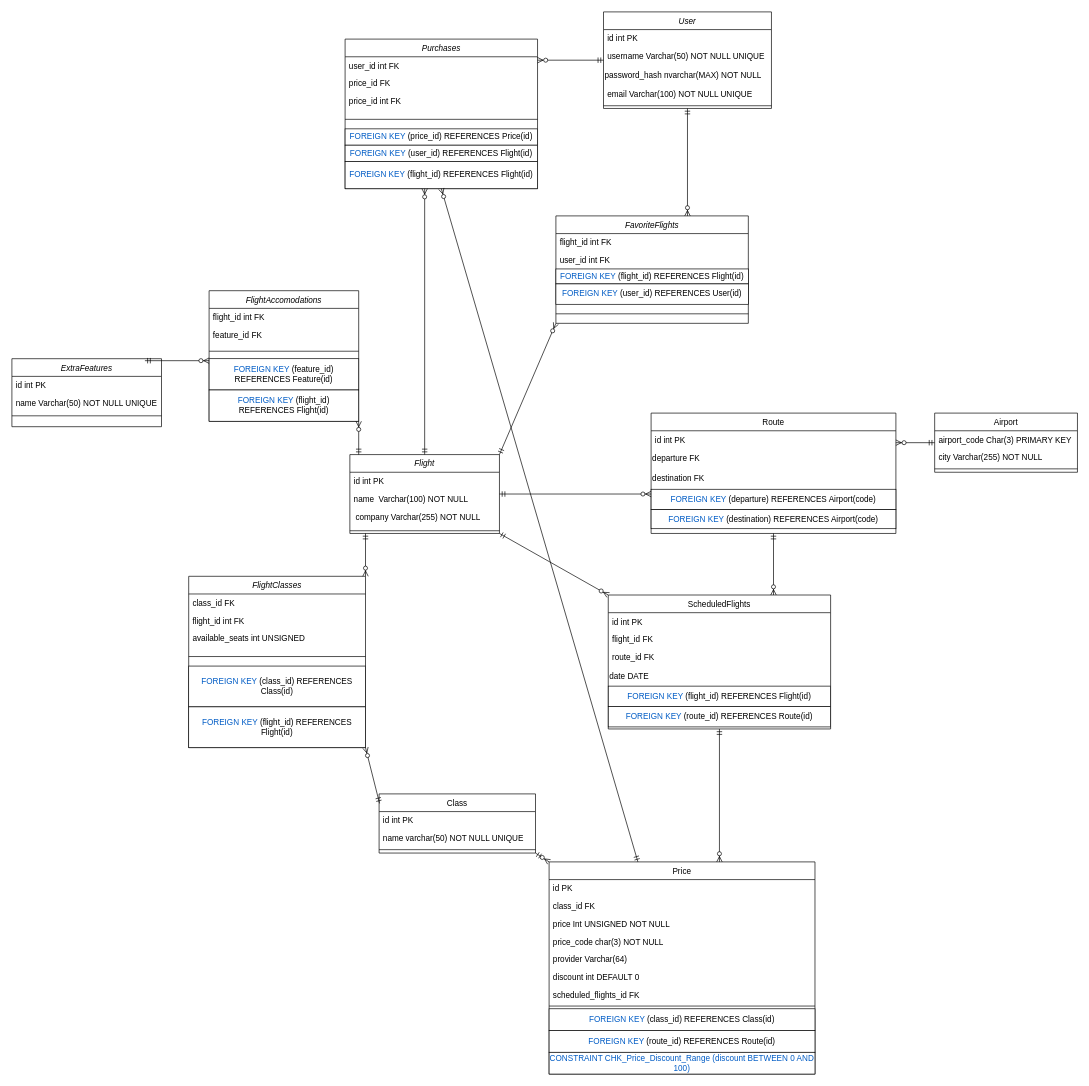
Osterie/IDATA2301_IDATA2306_GROUP_7 keeps this draw.io diagram as backend-Idata2306/Resources/database_flights.drawio. Above is the earlier version. Source tidied: cells renumbered, new cells numbered last; positions are measured from the earlier drawing's top-left corner, leaving out a move shared by most shapes. Both pictures are drawn from the tidied source at 68%, with x=0, y=0 at pixel (12, 12).
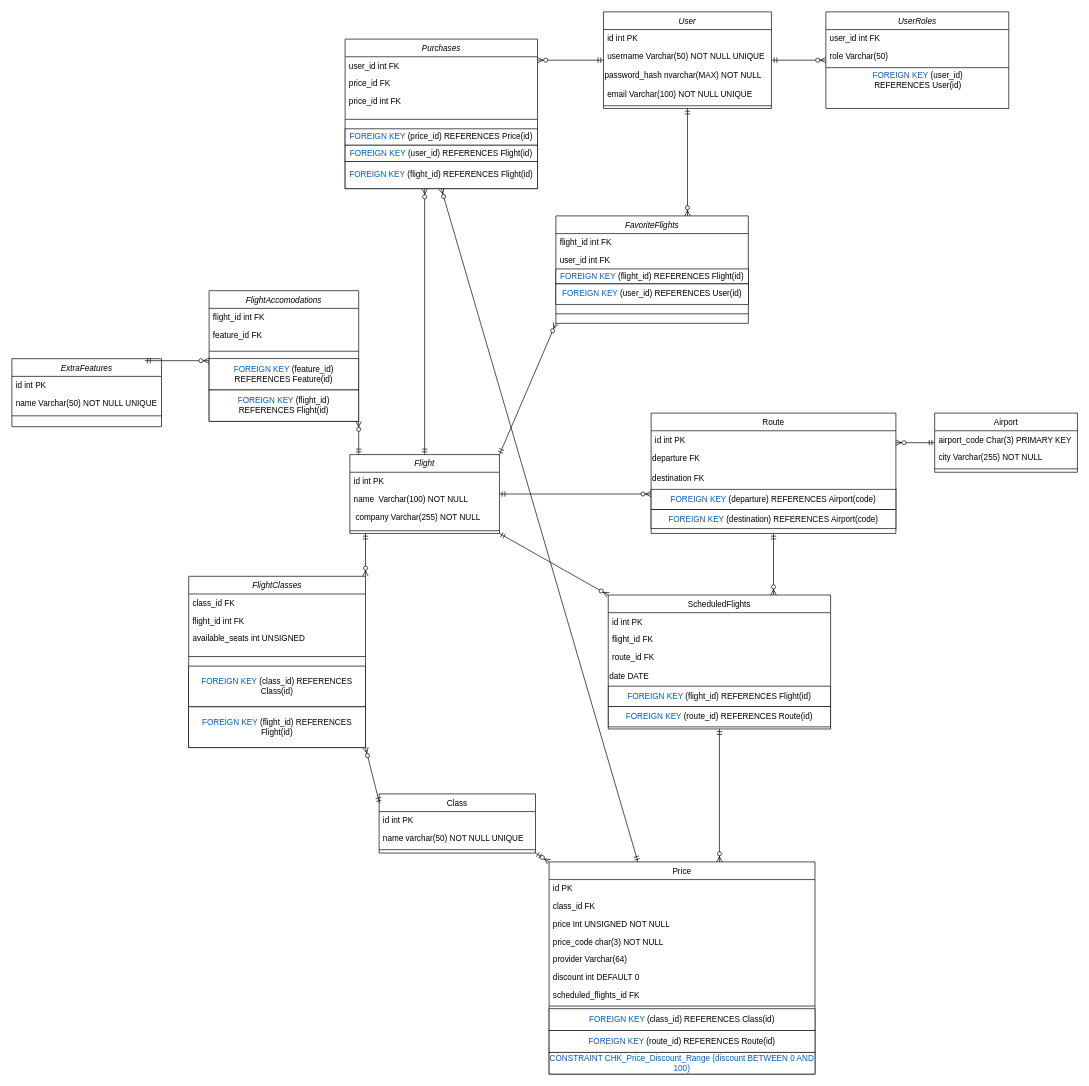
After the change.

The change refers to these unchanged cells:
```xml
<mxCell id="19" value="User" style="swimlane;fontStyle=2;align=center;verticalAlign=top;horizontal=1;startSize=26;rounded=0;shadow=0;strokeWidth=1;" parent="1" vertex="1">
  <mxGeometry x="870" width="247" height="142" as="geometry" />
</mxCell>
```

Change to the diagram source:
```diff
@@
+    <mxCell id="92" value="UserRoles" style="swimlane;fontStyle=2;align=center;verticalAlign=top;horizontal=1;startSize=26;rounded=0;shadow=0;strokeWidth=1;" parent="1" vertex="1">
+      <mxGeometry x="1197" width="269" height="142" as="geometry" />
+    </mxCell>
+    <mxCell id="93" value="user_id int FK" style="text;align=left;verticalAlign=top;spacingLeft=4;spacingRight=4;overflow=hidden;" parent="92" vertex="1">
+      <mxGeometry y="26" width="269" height="26" as="geometry" />
+    </mxCell>
+    <mxCell id="94" value="role Varchar(50)" style="text;align=left;verticalAlign=top;spacingLeft=4;spacingRight=4;overflow=hidden;" parent="92" vertex="1">
+      <mxGeometry y="52" width="269" height="26" as="geometry" />
+    </mxCell>
+    <mxCell id="95" style="line;html=1;strokeWidth=1;align=left;verticalAlign=middle;spacingTop=-1;spacingLeft=3;spacingRight=3;labelPosition=right;" parent="92" vertex="1">
+      <mxGeometry y="78" width="269" height="8" as="geometry" />
+    </mxCell>
+    <mxCell id="96" value="&lt;span style=&quot;text-wrap-mode: wrap; color: rgb(0, 92, 197); --darkreader-inline-color: var(--darkreader-text-005cc5, #56b1ff);&quot; class=&quot;sqlkeywordcolor&quot;&gt;FOREIGN&lt;/span&gt;&lt;span style=&quot;text-wrap-mode: wrap;&quot;&gt;&amp;nbsp;&lt;/span&gt;&lt;span style=&quot;text-wrap-mode: wrap; color: rgb(0, 92, 197); --darkreader-inline-color: var(--darkreader-text-005cc5, #56b1ff);&quot; class=&quot;sqlkeywordcolor&quot;&gt;KEY&lt;/span&gt;&lt;span style=&quot;text-wrap-mode: wrap;&quot;&gt;&amp;nbsp;(user_id) REFERENCES User(id&lt;/span&gt;&lt;span style=&quot;text-wrap-mode: wrap; background-color: transparent; color: light-dark(rgb(0, 0, 0), rgb(255, 255, 255));&quot;&gt;)&lt;/span&gt;" style="text;html=1;align=center;verticalAlign=middle;strokeColor=none;fillColor=none;" parent="92" vertex="1">
+      <mxGeometry y="86" width="269" height="30" as="geometry" />
+    </mxCell>
+    <mxCell id="97" style="edgeStyle=orthogonalEdgeStyle;fontSize=12;html=1;endArrow=ERzeroToMany;startArrow=ERmandOne;rounded=0;noEdgeStyle=1;orthogonal=1;" parent="1" edge="1" source="19" target="92">
+      <mxGeometry relative="1" as="geometry" />
+    </mxCell>
```
